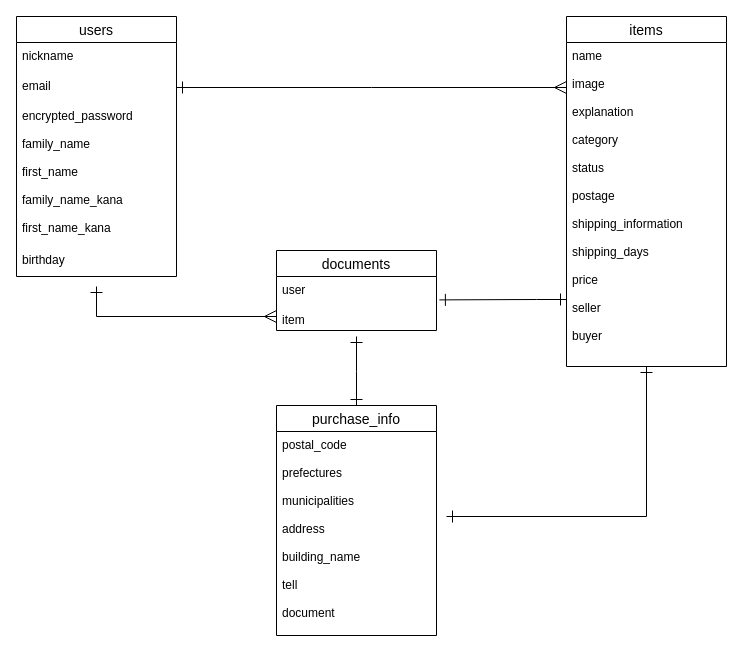
The draw.io diagram test.dio in t-kawamukai/furima-36048, before the edit. Source tidied: cells renumbered, new cells numbered last; positions are measured from the earlier drawing's top-left corner, leaving out a move shared by most shapes. Both pictures are drawn from the tidied source at 100%, with x=0, y=0 at pixel (16, 16).
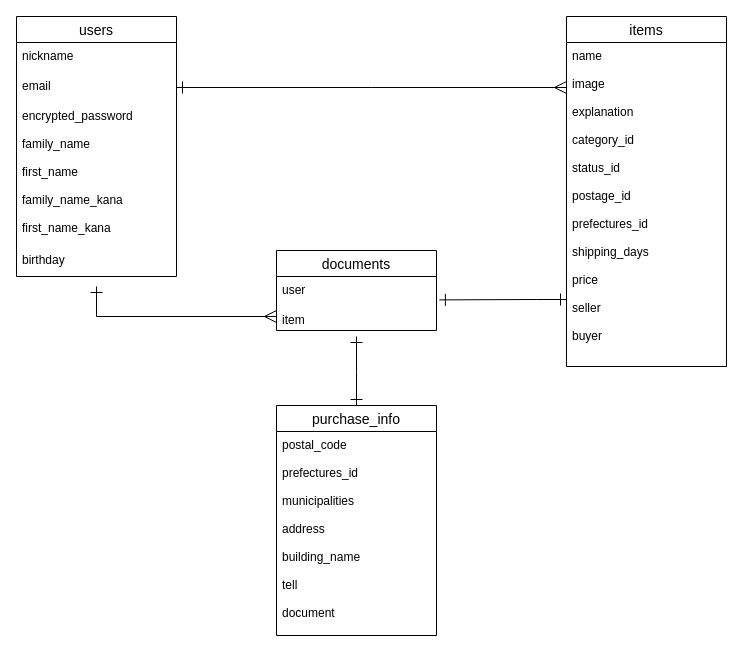
The same page after the edit.

Commit message (it also covers changes not shown here):
データベース設計（再修正3）

Unchanged cells that the change refers to:
```xml
<mxCell id="7" value="items" style="swimlane;fontStyle=0;horizontal=1;startSize=26;align=center;fontSize=14;" parent="1" vertex="1">
  <mxGeometry x="550" width="160" height="350" as="geometry" />
</mxCell>
<mxCell id="14" value="purchase_info" style="swimlane;fontStyle=0;horizontal=1;startSize=26;align=center;fontSize=14;" parent="1" vertex="1">
  <mxGeometry x="260" y="389" width="160" height="230" as="geometry" />
</mxCell>
```

What changed in the source:
```diff
@@
-    <mxCell id="8" value="name&#10;&#10;image&#10;&#10;explanation&#10;&#10;category&#10;&#10;status&#10;&#10;postage&#10;&#10;shipping_information&#10;&#10;shipping_days&#10;&#10;price&#10;&#10;seller&#10;&#10;buyer" style="text;strokeColor=none;fillColor=none;spacingLeft=4;spacingRight=4;overflow=hidden;points=[[0,0.5],[1,0.5]];portConstraint=eastwest;fontSize=12;" parent="7" vertex="1">
+    <mxCell id="8" value="name&#10;&#10;image&#10;&#10;explanation&#10;&#10;category_id&#10;&#10;status_id&#10;&#10;postage_id&#10;&#10;prefectures_id&#10;&#10;shipping_days&#10;&#10;price&#10;&#10;seller&#10;&#10;buyer" style="text;strokeColor=none;fillColor=none;spacingLeft=4;spacingRight=4;overflow=hidden;points=[[0,0.5],[1,0.5]];portConstraint=eastwest;fontSize=12;" parent="7" vertex="1">
       <mxGeometry y="26" width="160" height="324" as="geometry" />
     </mxCell>
@@
-    <mxCell id="15" value="postal_code&#10;&#10;prefectures&#10;&#10;municipalities&#10;&#10;address&#10;&#10;building_name&#10;&#10;tell&#10;&#10;document" style="text;strokeColor=none;fillColor=none;spacingLeft=4;spacingRight=4;overflow=hidden;fontSize=12;" parent="14" vertex="1">
+    <mxCell id="15" value="postal_code&#10;&#10;prefectures_id&#10;&#10;municipalities&#10;&#10;address&#10;&#10;building_name&#10;&#10;tell&#10;&#10;document" style="text;strokeColor=none;fillColor=none;spacingLeft=4;spacingRight=4;overflow=hidden;fontSize=12;" parent="14" vertex="1">
       <mxGeometry y="26" width="160" height="204" as="geometry" />
     </mxCell>
@@
-    <mxCell id="18" style="edgeStyle=orthogonalEdgeStyle;rounded=0;jettySize=auto;html=1;startArrow=ERone;startFill=0;endArrow=ERone;endFill=0;startSize=10;endSize=10;" parent="1" edge="1" source="8">
-      <mxGeometry relative="1" as="geometry">
-        <mxPoint x="430" y="500" as="targetPoint" />
-        <Array as="points">
-          <mxPoint x="630" y="500" />
-        </Array>
-      </mxGeometry>
-    </mxCell>
```
